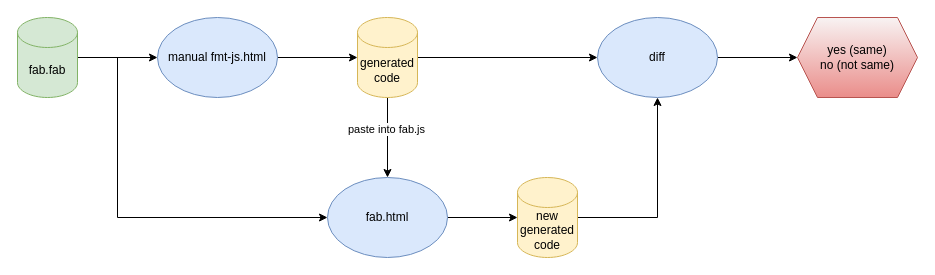
Earlier version of the draw.io diagram little languages/fab-regression-test.drawio (guitarvydas/fabricate). Source tidied: cells renumbered, new cells numbered last; positions are measured from the earlier drawing's top-left corner, leaving out a move shared by most shapes. Both pictures are drawn from the tidied source at 100%, with x=0, y=0 at pixel (17, 17).
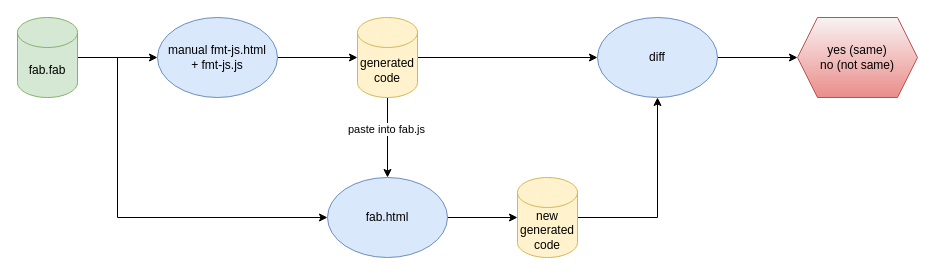
After the change.

Commit message (it also covers changes not shown here):
same fmt-js.{html,js}

What changed in the source:
```diff
@@
 <mxGraphModel>
   <root>
     <mxCell id="0" />
     <mxCell id="1" parent="0" />
     <mxCell id="2" style="edgeStyle=orthogonalEdgeStyle;rounded=0;jettySize=auto;html=1;exitX=1;exitY=0.5;exitDx=0;exitDy=0;exitPerimeter=0;entryX=0;entryY=0.5;entryDx=0;entryDy=0;" parent="1" edge="1" source="4" target="6">
       <mxGeometry relative="1" as="geometry" />
     </mxCell>
     <mxCell id="3" style="edgeStyle=orthogonalEdgeStyle;rounded=0;jettySize=auto;html=1;exitX=1;exitY=0.5;exitDx=0;exitDy=0;exitPerimeter=0;entryX=0;entryY=0.5;entryDx=0;entryDy=0;" parent="1" edge="1" source="4" target="12">
       <mxGeometry relative="1" as="geometry">
         <Array as="points">
           <mxPoint x="100" y="40" />
           <mxPoint x="100" y="200" />
         </Array>
       </mxGeometry>
     </mxCell>
     <mxCell id="4" value="fab.fab" style="shape=cylinder3;whiteSpace=wrap;html=1;boundedLbl=1;backgroundOutline=1;size=15;fillColor=#d5e8d4;strokeColor=#82b366;" parent="1" vertex="1">
       <mxGeometry width="60" height="80" as="geometry" />
     </mxCell>
     <mxCell id="5" style="edgeStyle=orthogonalEdgeStyle;rounded=0;jettySize=auto;html=1;exitX=1;exitY=0.5;exitDx=0;exitDy=0;entryX=0;entryY=0.5;entryDx=0;entryDy=0;entryPerimeter=0;" parent="1" edge="1" source="6" target="10">
       <mxGeometry relative="1" as="geometry" />
     </mxCell>
-    <mxCell id="6" value="manual fmt-js.html" style="ellipse;whiteSpace=wrap;html=1;fillColor=#dae8fc;strokeColor=#6c8ebf;" parent="1" vertex="1">
+    <mxCell id="6" value="manual fmt-js.html&lt;br&gt;+ fmt-js.js" style="ellipse;whiteSpace=wrap;html=1;fillColor=#dae8fc;strokeColor=#6c8ebf;" parent="1" vertex="1">
       <mxGeometry x="140" width="120" height="80" as="geometry" />
     </mxCell>
     <mxCell id="7" style="edgeStyle=orthogonalEdgeStyle;rounded=0;jettySize=auto;html=1;exitX=0.5;exitY=1;exitDx=0;exitDy=0;exitPerimeter=0;" parent="1" edge="1" source="10" target="12">
       <mxGeometry relative="1" as="geometry" />
     </mxCell>
     <mxCell id="8" value="paste into fab.js" style="edgeLabel;html=1;align=center;verticalAlign=middle;" parent="7" vertex="1">
       <mxGeometry x="-0.23" y="-2" relative="1" as="geometry" />
     </mxCell>
     <mxCell id="9" style="edgeStyle=orthogonalEdgeStyle;rounded=0;jettySize=auto;html=1;exitX=1;exitY=0.5;exitDx=0;exitDy=0;exitPerimeter=0;" parent="1" edge="1" source="10" target="16">
       <mxGeometry relative="1" as="geometry" />
     </mxCell>
     <mxCell id="10" value="generated code" style="shape=cylinder3;whiteSpace=wrap;html=1;boundedLbl=1;backgroundOutline=1;size=15;fillColor=#fff2cc;strokeColor=#d6b656;" parent="1" vertex="1">
       <mxGeometry x="340" width="60" height="80" as="geometry" />
     </mxCell>
     <mxCell id="11" style="edgeStyle=orthogonalEdgeStyle;rounded=0;jettySize=auto;html=1;exitX=1;exitY=0.5;exitDx=0;exitDy=0;entryX=0;entryY=0.5;entryDx=0;entryDy=0;entryPerimeter=0;" parent="1" edge="1" source="12" target="14">
       <mxGeometry relative="1" as="geometry" />
     </mxCell>
     <mxCell id="12" value="fab.html" style="ellipse;whiteSpace=wrap;html=1;fillColor=#dae8fc;strokeColor=#6c8ebf;" parent="1" vertex="1">
       <mxGeometry x="310" y="160" width="120" height="80" as="geometry" />
     </mxCell>
     <mxCell id="13" style="edgeStyle=orthogonalEdgeStyle;rounded=0;jettySize=auto;html=1;exitX=1;exitY=0.5;exitDx=0;exitDy=0;exitPerimeter=0;entryX=0.5;entryY=1;entryDx=0;entryDy=0;" parent="1" edge="1" source="14" target="16">
       <mxGeometry relative="1" as="geometry" />
     </mxCell>
     <mxCell id="14" value="new generated code" style="shape=cylinder3;whiteSpace=wrap;html=1;boundedLbl=1;backgroundOutline=1;size=15;fillColor=#fff2cc;strokeColor=#d6b656;" parent="1" vertex="1">
       <mxGeometry x="500" y="160" width="60" height="80" as="geometry" />
     </mxCell>
     <mxCell id="15" style="edgeStyle=orthogonalEdgeStyle;rounded=0;jettySize=auto;html=1;exitX=1;exitY=0.5;exitDx=0;exitDy=0;" parent="1" edge="1" source="16" target="17">
       <mxGeometry relative="1" as="geometry" />
     </mxCell>
     <mxCell id="16" value="diff" style="ellipse;whiteSpace=wrap;html=1;fillColor=#dae8fc;strokeColor=#6c8ebf;" parent="1" vertex="1">
       <mxGeometry x="580" width="120" height="80" as="geometry" />
     </mxCell>
     <mxCell id="17" value="yes (same)&lt;br&gt;no (not same)" style="shape=hexagon;perimeter=hexagonPerimeter2;whiteSpace=wrap;html=1;fixedSize=1;strokeColor=#b85450;gradientColor=#EA8D8A;fillColor=#F8F3F3;" parent="1" vertex="1">
       <mxGeometry x="780" width="120" height="80" as="geometry" />
     </mxCell>
   </root>
 </mxGraphModel>
```
